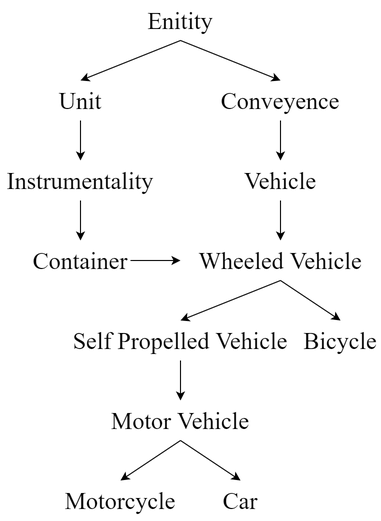
Above: WordNet.png in penut85420/FinalThesis (draw.io), before the change. Source tidied: cells renumbered, new cells last; positions are measured from the earlier drawing's top-left corner, leaving out a move shared by most shapes.
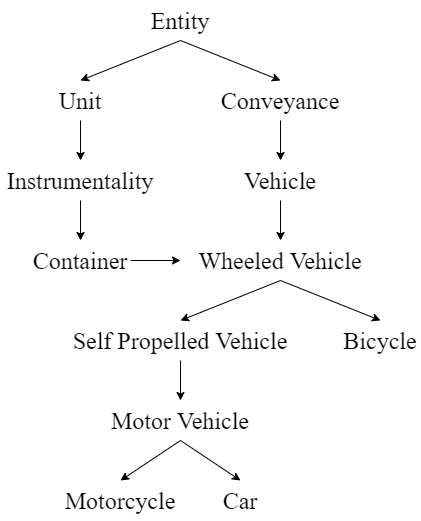
The same file after the commit.

Diff of the diagram source:
```diff
@@ -8,7 +8,7 @@
     <mxCell id="3" style="edgeStyle=none;rounded=0;jettySize=auto;html=1;exitX=0.5;exitY=1;exitDx=0;exitDy=0;entryX=0.5;entryY=0;entryDx=0;entryDy=0;fontFamily=Times New Roman;fontSize=24;" parent="1" edge="1" source="4" target="8">
       <mxGeometry relative="1" as="geometry" />
     </mxCell>
-    <mxCell id="4" value="Enitity" style="text;html=1;strokeColor=none;fillColor=none;align=center;verticalAlign=middle;whiteSpace=wrap;rounded=0;fontFamily=Times New Roman;fontSize=24;" parent="1" vertex="1">
+    <mxCell id="4" value="Entity" style="text;html=1;strokeColor=none;fillColor=none;align=center;verticalAlign=middle;whiteSpace=wrap;rounded=0;fontFamily=Times New Roman;fontSize=24;" parent="1" vertex="1">
       <mxGeometry x="80" width="200" height="40" as="geometry" />
     </mxCell>
     <mxCell id="5" style="edgeStyle=none;rounded=0;jettySize=auto;html=1;exitX=0.5;exitY=1;exitDx=0;exitDy=0;entryX=0.5;entryY=0;entryDx=0;entryDy=0;fontFamily=Times New Roman;fontSize=24;" parent="1" edge="1" source="6" target="10">
@@ -20,7 +20,7 @@
     <mxCell id="7" style="edgeStyle=none;rounded=0;jettySize=auto;html=1;exitX=0.5;exitY=1;exitDx=0;exitDy=0;entryX=0.5;entryY=0;entryDx=0;entryDy=0;fontFamily=Times New Roman;fontSize=24;" parent="1" edge="1" source="8" target="12">
       <mxGeometry relative="1" as="geometry" />
     </mxCell>
-    <mxCell id="8" value="Conveyence" style="text;html=1;strokeColor=none;fillColor=none;align=center;verticalAlign=middle;whiteSpace=wrap;rounded=0;fontFamily=Times New Roman;fontSize=24;" parent="1" vertex="1">
+    <mxCell id="8" value="Conveyance" style="text;html=1;strokeColor=none;fillColor=none;align=center;verticalAlign=middle;whiteSpace=wrap;rounded=0;fontFamily=Times New Roman;fontSize=24;" parent="1" vertex="1">
       <mxGeometry x="220" y="80" width="120" height="40" as="geometry" />
     </mxCell>
     <mxCell id="9" style="edgeStyle=none;rounded=0;jettySize=auto;html=1;exitX=0.5;exitY=1;exitDx=0;exitDy=0;entryX=0.5;entryY=0;entryDx=0;entryDy=0;fontFamily=Times New Roman;fontSize=24;" parent="1" edge="1" source="10" target="14">
@@ -57,7 +57,7 @@
       <mxGeometry x="70" y="320" width="220" height="40" as="geometry" />
     </mxCell>
     <mxCell id="20" value="Bicycle" style="text;html=1;strokeColor=none;fillColor=none;align=center;verticalAlign=middle;whiteSpace=wrap;rounded=0;fontFamily=Times New Roman;fontSize=24;" parent="1" vertex="1">
-      <mxGeometry x="300" y="320" width="80" height="40" as="geometry" />
+      <mxGeometry x="340" y="320" width="80" height="40" as="geometry" />
     </mxCell>
     <mxCell id="21" style="edgeStyle=none;rounded=0;jettySize=auto;html=1;exitX=0.5;exitY=1;exitDx=0;exitDy=0;entryX=0.5;entryY=0;entryDx=0;entryDy=0;fontFamily=Times New Roman;fontSize=24;" parent="1" edge="1" source="23" target="24">
       <mxGeometry relative="1" as="geometry" />
```
